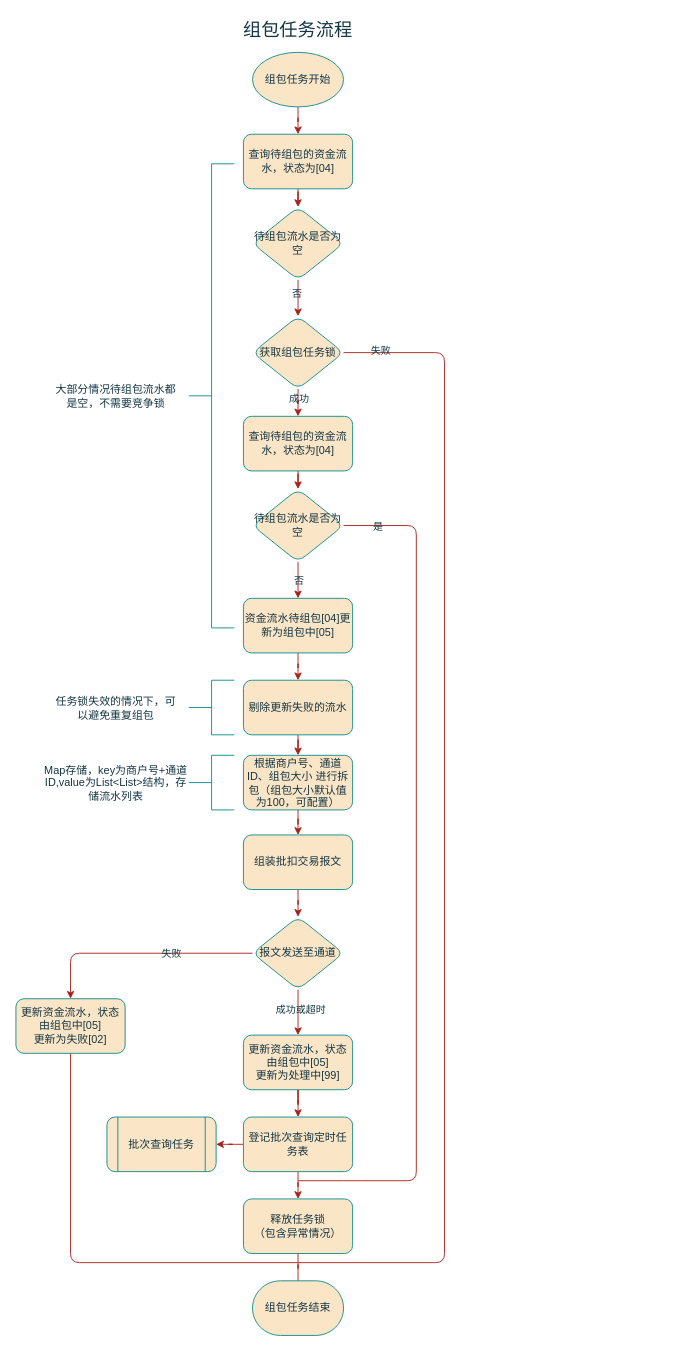
gaofv/draw keeps this draw.io diagram as page "组包任务流程" (2 of 4) of 批扣流程.drawio. Above is the earlier version. Source tidied: cells renumbered, new cells numbered last; positions are measured from the earlier drawing's top-left corner, leaving out a move shared by most shapes. Both pictures are drawn from the tidied source at 91%, with x=0, y=0 at pixel (15, 15).
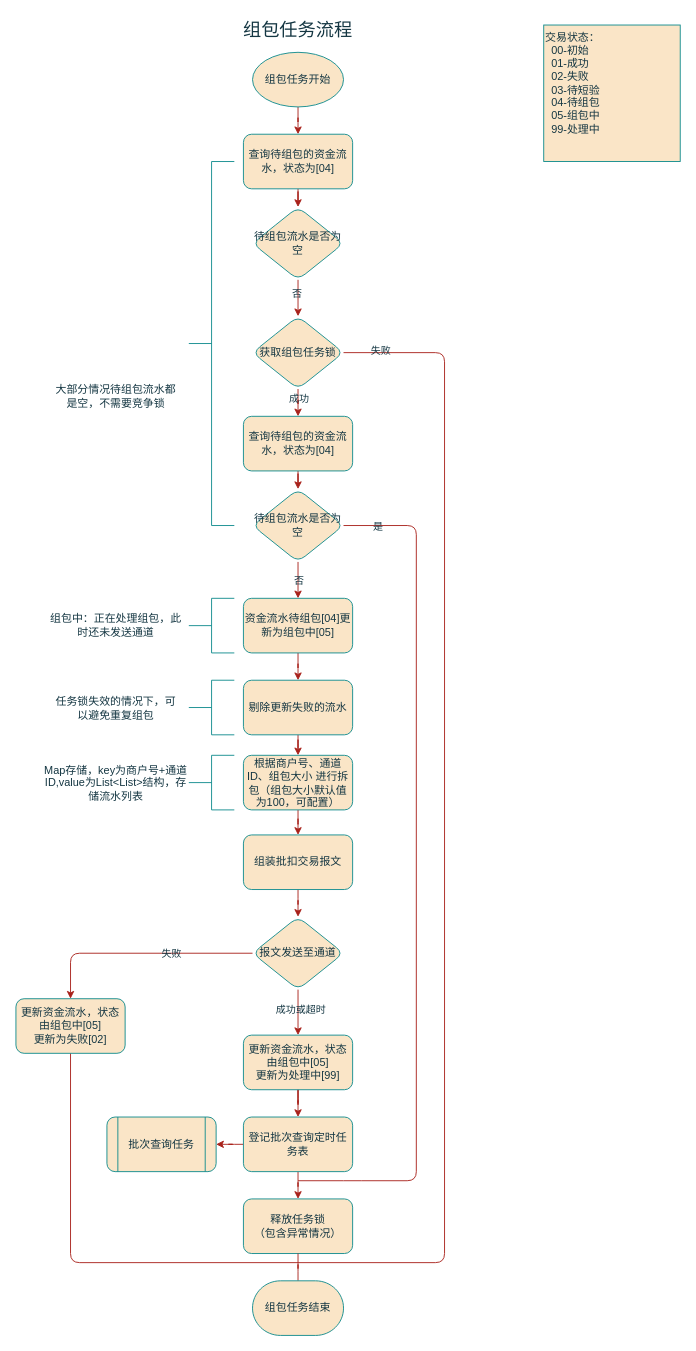
The same diagram, later.

Change to the diagram source:
```diff
@@
     <mxCell id="33" style="strokeWidth=1;html=1;shape=mxgraph.flowchart.annotation_2;align=left;labelPosition=right;labelBackgroundColor=none;rounded=1;labelBorderColor=none;fillColor=#FAE5C7;strokeColor=#0F8B8D;fontColor=#143642;" parent="1" vertex="1">
-      <mxGeometry x="190" y="162.5" width="50" height="510" as="geometry" />
+      <mxGeometry x="190" y="160" width="50" height="400" as="geometry" />
     </mxCell>
@@
+    <mxCell id="53" style="strokeWidth=1;html=1;shape=mxgraph.flowchart.annotation_2;align=left;labelPosition=right;strokeColor=#0F8B8D;fontColor=#143642;fillColor=#FAE5C7;" parent="1" vertex="1">
+      <mxGeometry x="190" y="640" width="50" height="60" as="geometry" />
+    </mxCell>
+    <mxCell id="54" value="组包中：正在处理组包，此时还未发送通道" style="text;html=1;strokeColor=none;fillColor=none;align=center;verticalAlign=middle;whiteSpace=wrap;rounded=0;fontColor=#143642;" parent="1" vertex="1">
+      <mxGeometry x="35" y="657.5" width="150" height="25" as="geometry" />
+    </mxCell>
+    <mxCell id="55" value="交易状态：&lt;br&gt;&amp;nbsp; 00-初始&lt;br&gt;&amp;nbsp; 01-成功&lt;br&gt;&amp;nbsp; 02-失败&lt;br&gt;&amp;nbsp; 03-待短验&lt;br&gt;&amp;nbsp; 04-待组包&lt;br&gt;&amp;nbsp; 05-组包中&lt;br&gt;&amp;nbsp; 99-处理中" style="whiteSpace=wrap;html=1;strokeColor=#0F8B8D;fontColor=#143642;fillColor=#FAE5C7;align=left;verticalAlign=top;" parent="1" vertex="1">
+      <mxGeometry x="580" y="10" width="150" height="150" as="geometry" />
+    </mxCell>
```
